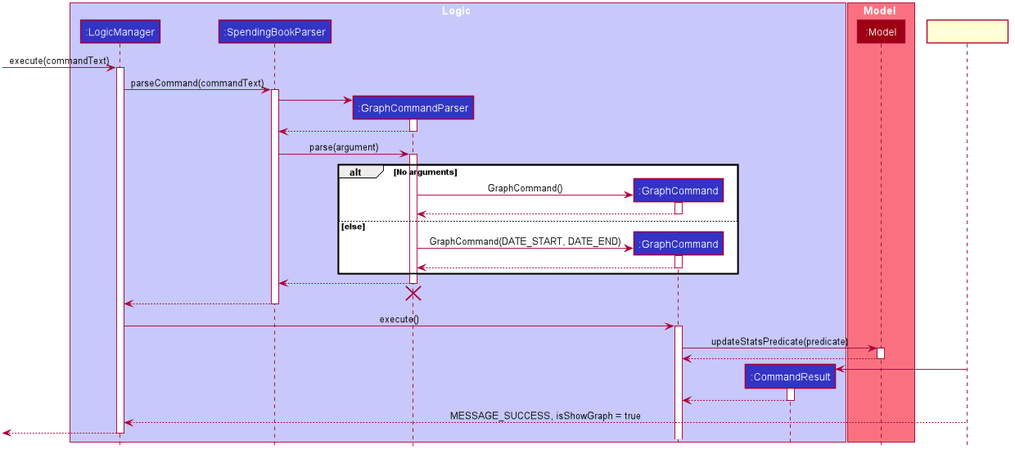
The PlantUML diagram docs/images/GraphSequenceDiagram.png in nus-cs2103-AY1920S1/addressbook-level3, before a commit.
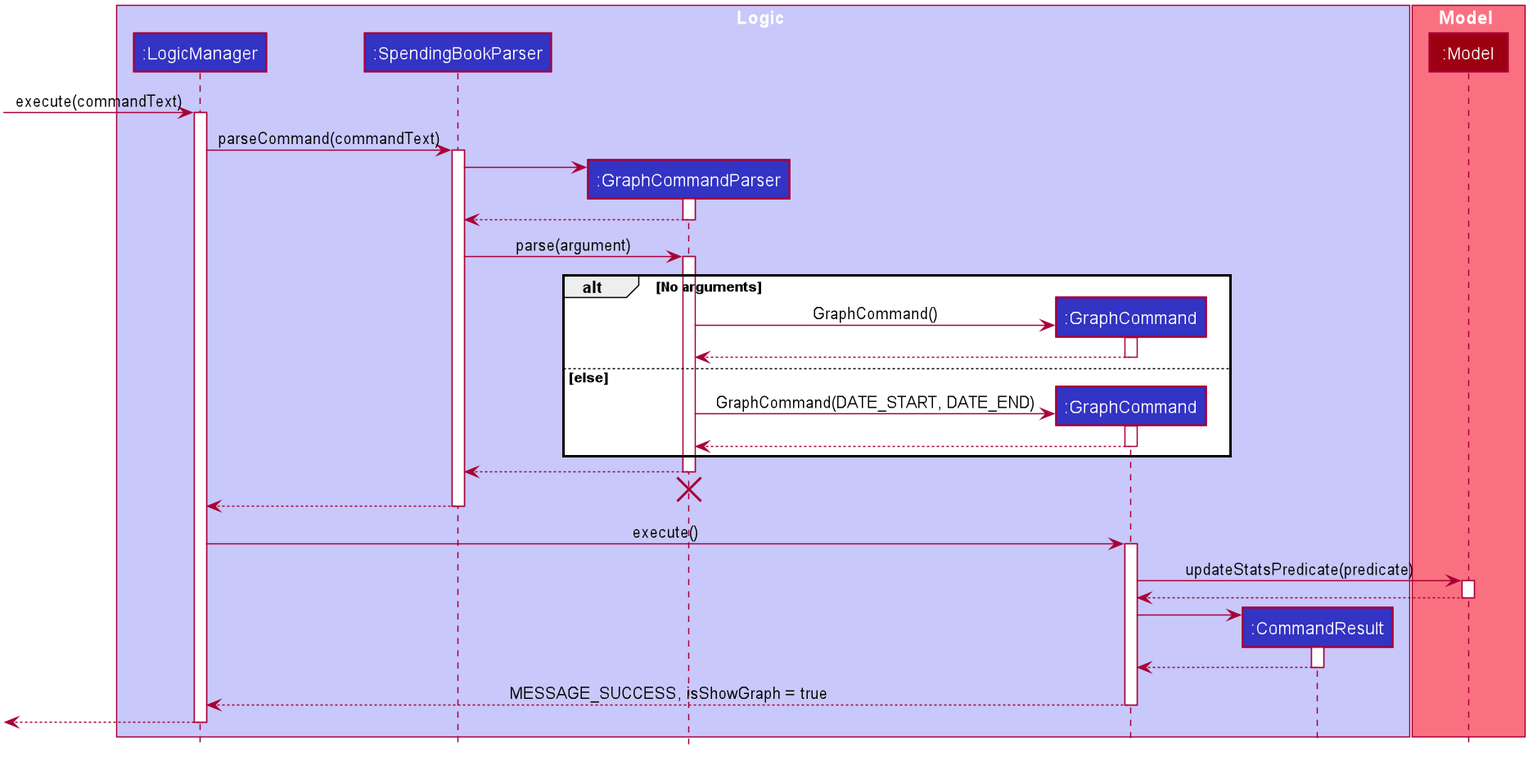
The same diagram one commit later.

Change to the diagram source:
```diff
@@ -108,14 +108,14 @@
 deactivate Model
 
 create CommandResult
-StatsCommand -> CommandResult
+GraphCommand -> CommandResult
 activate CommandResult
 
 CommandResult --> GraphCommand
 deactivate CommandResult
 
-StatsCommand --> LogicManager : MESSAGE_SUCCESS, isShowGraph = true
-deactivate StatsCommand
+GraphCommand --> LogicManager : MESSAGE_SUCCESS, isShowGraph = true
+deactivate GraphCommand
 
 [<--LogicManager
 deactivate LogicManager
```
